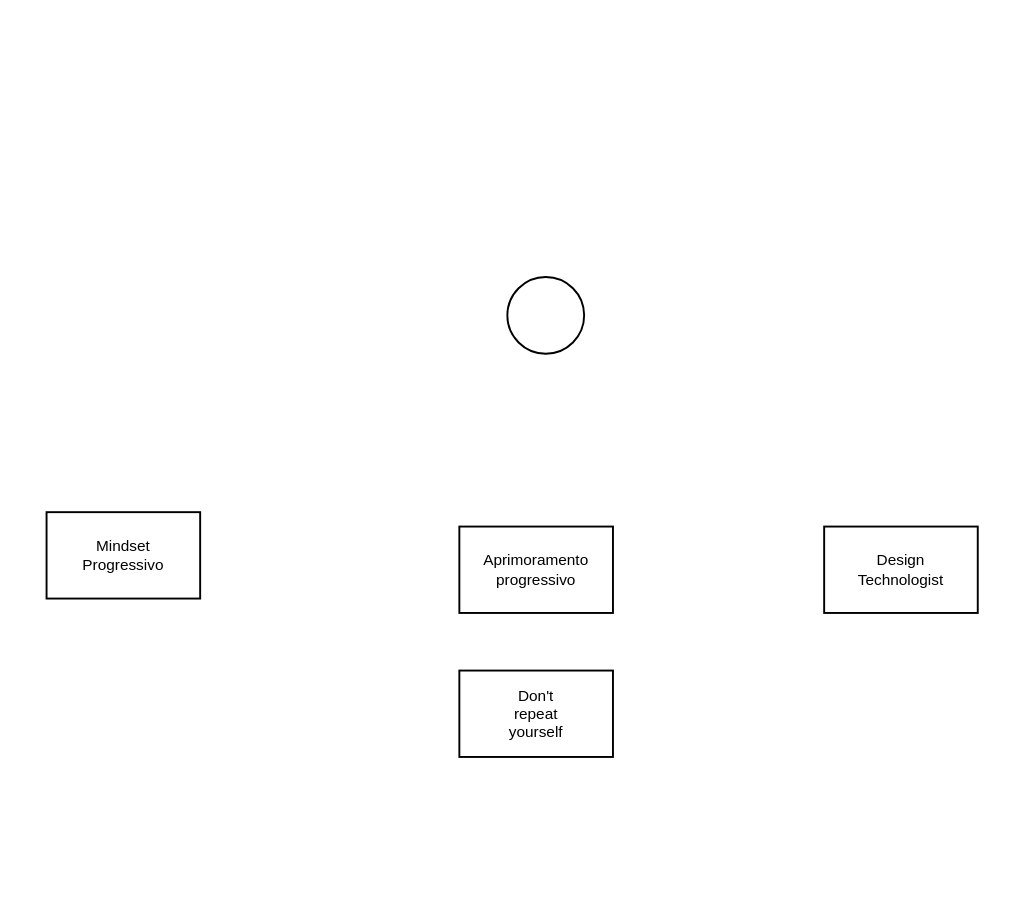
Before: page "Page-16" (12 of 13) of src/pam.drawio in pegandoasmanhas/pam, a draw.io diagram. Source tidied: cells renumbered, new cells numbered last; positions are measured from the earlier drawing's top-left corner, leaving out a move shared by most shapes. Both pictures are drawn from the tidied source at 96%, with x=0, y=0 at pixel (46, 276).
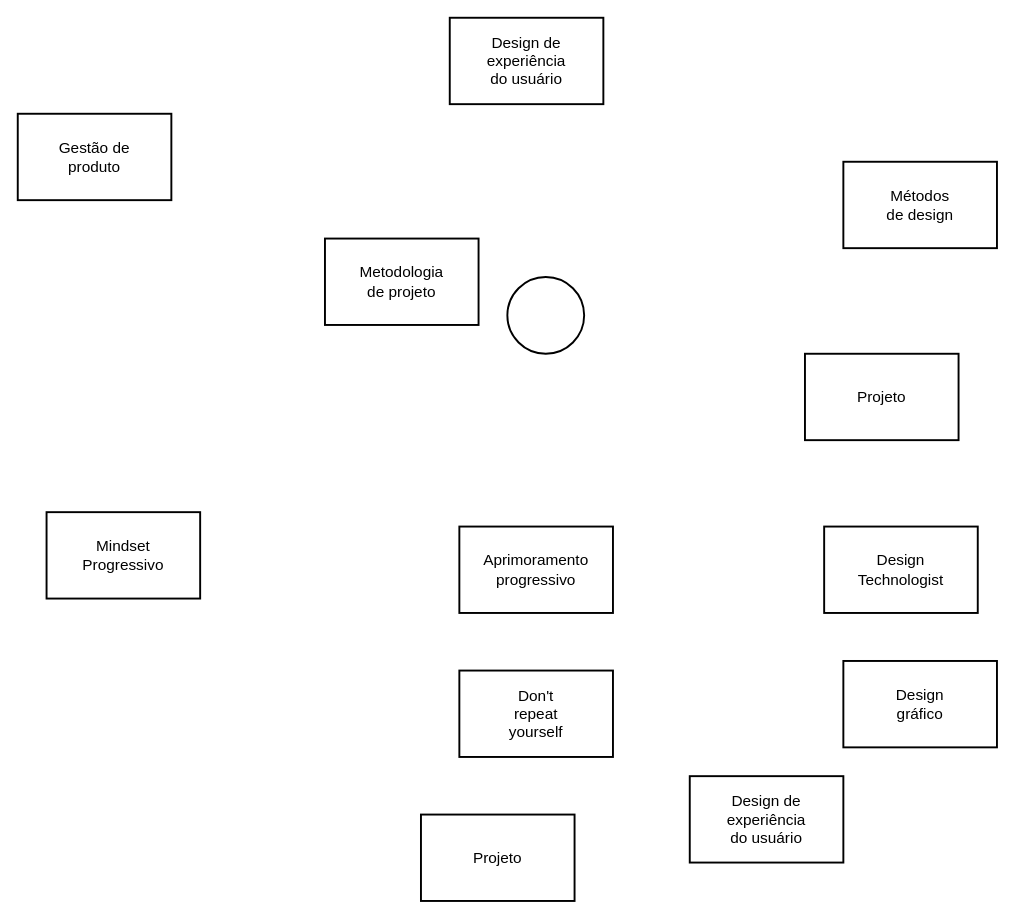
The same diagram, later.

What changed in the source:
```diff
@@
 <mxGraphModel>
   <root>
     <mxCell id="0" />
     <mxCell id="1" parent="0" />
     <mxCell id="2" style="ellipse;whiteSpace=wrap;html=1;strokeWidth=2;" parent="1" vertex="1">
       <mxGeometry x="480" width="80" height="80" as="geometry" />
     </mxCell>
     <mxCell id="3" value="Design Technologist" style="rounded=0;whiteSpace=wrap;html=1;strokeWidth=2;fontSize=16;spacing=20;spacingTop=20;spacingLeft=20;spacingRight=20;verticalAlign=middle;spacingBottom=20;align=center;" parent="1" vertex="1">
       <mxGeometry x="810" y="260" width="160" height="90" as="geometry" />
     </mxCell>
     <mxCell id="4" value="Mindset Progressivo" style="rounded=0;whiteSpace=wrap;html=1;strokeWidth=2;fontSize=16;spacing=20;spacingTop=20;spacingLeft=20;spacingRight=20;verticalAlign=middle;spacingBottom=20;align=center;" parent="1" vertex="1">
       <mxGeometry y="245" width="160" height="90" as="geometry" />
     </mxCell>
     <mxCell id="5" value="Aprimoramento progressivo" style="rounded=0;whiteSpace=wrap;html=1;strokeWidth=2;fontSize=16;spacing=20;spacingTop=20;spacingLeft=20;spacingRight=20;verticalAlign=middle;spacingBottom=20;align=center;" parent="1" vertex="1">
       <mxGeometry x="430" y="260" width="160" height="90" as="geometry" />
     </mxCell>
     <mxCell id="6" value="Don't repeat yourself" style="rounded=0;whiteSpace=wrap;html=1;strokeWidth=2;fontSize=16;spacing=20;spacingTop=20;spacingLeft=20;spacingRight=20;verticalAlign=middle;spacingBottom=20;align=center;" parent="1" vertex="1">
       <mxGeometry x="430" y="410" width="160" height="90" as="geometry" />
     </mxCell>
+    <mxCell id="7" value="Design gráfico" style="rounded=0;whiteSpace=wrap;html=1;strokeWidth=2;fontSize=16;spacing=20;spacingTop=20;spacingLeft=20;spacingRight=20;verticalAlign=middle;spacingBottom=20;align=center;" parent="1" vertex="1">
+      <mxGeometry x="830" y="400" width="160" height="90" as="geometry" />
+    </mxCell>
+    <mxCell id="8" value="Projeto" style="rounded=0;whiteSpace=wrap;html=1;strokeWidth=2;fontSize=16;spacing=20;spacingTop=20;spacingLeft=20;spacingRight=20;verticalAlign=middle;spacingBottom=20;align=center;" parent="1" vertex="1">
+      <mxGeometry x="790" y="80" width="160" height="90" as="geometry" />
+    </mxCell>
+    <mxCell id="9" value="Métodos de design" style="rounded=0;whiteSpace=wrap;html=1;strokeWidth=2;fontSize=16;spacing=20;spacingTop=20;spacingLeft=20;spacingRight=20;verticalAlign=middle;spacingBottom=20;align=center;" parent="1" vertex="1">
+      <mxGeometry x="830" y="-120" width="160" height="90" as="geometry" />
+    </mxCell>
+    <mxCell id="10" value="Design de experiência do usuário" style="rounded=0;whiteSpace=wrap;html=1;strokeWidth=2;fontSize=16;spacing=20;spacingTop=20;spacingLeft=20;spacingRight=20;verticalAlign=middle;spacingBottom=20;align=center;" parent="1" vertex="1">
+      <mxGeometry x="420" y="-270" width="160" height="90" as="geometry" />
+    </mxCell>
+    <mxCell id="11" value="Metodologia de projeto" style="rounded=0;whiteSpace=wrap;html=1;strokeWidth=2;fontSize=16;spacing=20;spacingTop=20;spacingLeft=20;spacingRight=20;verticalAlign=middle;spacingBottom=20;align=center;" parent="1" vertex="1">
+      <mxGeometry x="290" y="-40" width="160" height="90" as="geometry" />
+    </mxCell>
+    <mxCell id="12" value="Gestão de produto" style="rounded=0;whiteSpace=wrap;html=1;strokeWidth=2;fontSize=16;spacing=20;spacingTop=20;spacingLeft=20;spacingRight=20;verticalAlign=middle;spacingBottom=20;align=center;" parent="1" vertex="1">
+      <mxGeometry x="-30" y="-170" width="160" height="90" as="geometry" />
+    </mxCell>
+    <mxCell id="13" value="&lt;div&gt;Design de experiência do usuário&lt;/div&gt;" style="rounded=0;whiteSpace=wrap;html=1;strokeWidth=2;fontSize=16;spacing=20;spacingTop=20;spacingLeft=20;spacingRight=20;verticalAlign=middle;spacingBottom=20;align=center;" parent="1" vertex="1">
+      <mxGeometry x="670" y="520" width="160" height="90" as="geometry" />
+    </mxCell>
+    <mxCell id="14" value="Projeto" style="rounded=0;whiteSpace=wrap;html=1;strokeWidth=2;fontSize=16;spacing=20;spacingTop=20;spacingLeft=20;spacingRight=20;verticalAlign=middle;spacingBottom=20;align=center;" parent="1" vertex="1">
+      <mxGeometry x="390" y="560" width="160" height="90" as="geometry" />
+    </mxCell>
   </root>
 </mxGraphModel>
```
